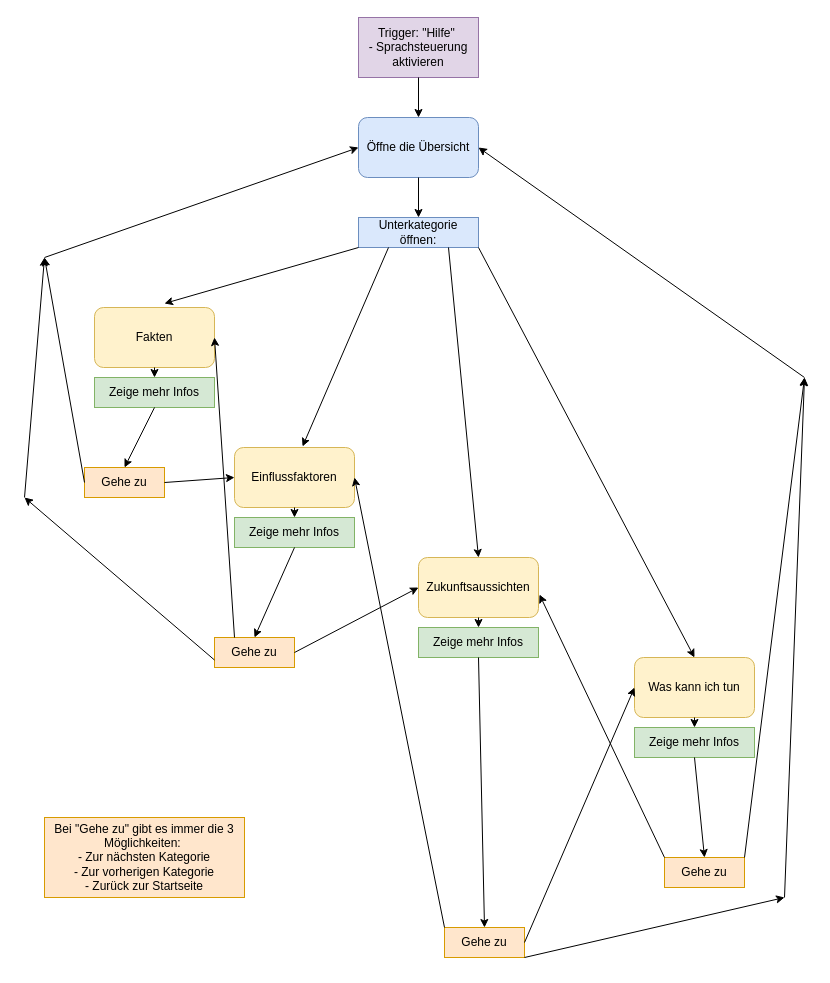
Janni344/Klimawandel_Projekt keeps this draw.io diagram as Interface/Klimawandel.drawio. Above is the earlier version. Source tidied: cells renumbered, new cells numbered last; positions are measured from the earlier drawing's top-left corner, leaving out a move shared by most shapes. Both pictures are drawn from the tidied source at 100%, with x=0, y=0 at pixel (24, 17).
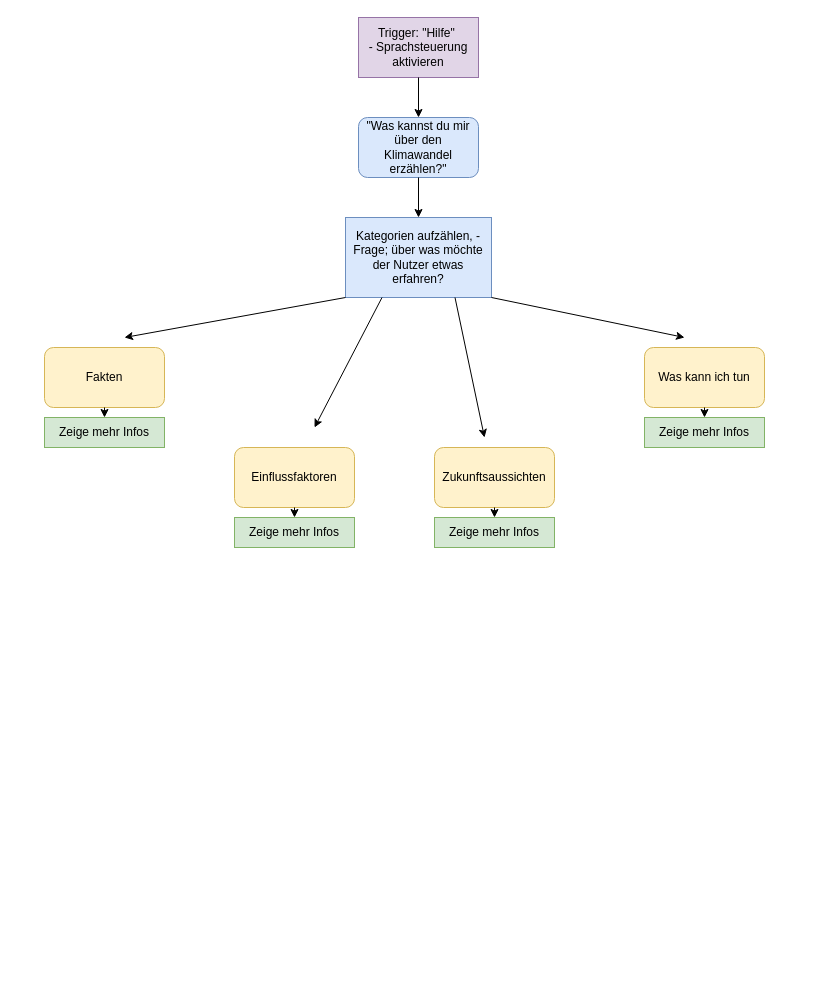
The same diagram, later.

The change refers to these unchanged cells:
```xml
<mxCell id="12" value="Einflussfaktoren" style="rounded=1;whiteSpace=wrap;html=1;fillColor=#fff2cc;strokeColor=#d6b656;" parent="1" vertex="1">
  <mxGeometry x="210" y="430" width="120" height="60" as="geometry" />
</mxCell>
<mxCell id="16" value="Zeige mehr Infos" style="rounded=0;whiteSpace=wrap;html=1;fillColor=#d5e8d4;strokeColor=#82b366;" parent="1" vertex="1">
  <mxGeometry x="210" y="500" width="120" height="30" as="geometry" />
</mxCell>
```

The edit, as a diff of the source:
```diff
@@
-    <mxCell id="4" value="Öffne die Übersicht" style="rounded=1;whiteSpace=wrap;html=1;fillColor=#dae8fc;strokeColor=#6c8ebf;" parent="1" vertex="1">
+    <mxCell id="4" value="&quot;Was kannst du mir über den Klimawandel erzählen?&quot;" style="rounded=1;whiteSpace=wrap;html=1;fillColor=#dae8fc;strokeColor=#6c8ebf;" parent="1" vertex="1">
       <mxGeometry x="334" y="100" width="120" height="60" as="geometry" />
     </mxCell>
@@
-    <mxCell id="6" value="Unterkategorie öffnen:" style="rounded=0;whiteSpace=wrap;html=1;fillColor=#dae8fc;strokeColor=#6c8ebf;" parent="1" vertex="1">
-      <mxGeometry x="334" y="200" width="120" height="30" as="geometry" />
+    <mxCell id="6" value="Kategorien aufzählen, - Frage; über was möchte der Nutzer etwas erfahren?" style="rounded=0;whiteSpace=wrap;html=1;fillColor=#dae8fc;strokeColor=#6c8ebf;" parent="1" vertex="1">
+      <mxGeometry x="321" y="200" width="146" height="80" as="geometry" />
     </mxCell>
-    <mxCell id="7" style="endArrow=classic;html=1;rounded=0;exitX=0;exitY=1;exitDx=0;exitDy=0;entryX=0.583;entryY=-0.067;entryDx=0;entryDy=0;entryPerimeter=0;" parent="1" edge="1" source="6" target="11">
-      <mxGeometry relative="1" as="geometry" />
+    <mxCell id="7" style="endArrow=classic;html=1;rounded=0;exitX=0;exitY=1;exitDx=0;exitDy=0;" parent="1" edge="1" source="6">
+      <mxGeometry relative="1" as="geometry">
+        <mxPoint x="100" y="320" as="targetPoint" />
+      </mxGeometry>
     </mxCell>
-    <mxCell id="8" style="endArrow=classic;html=1;rounded=0;exitX=1;exitY=1;exitDx=0;exitDy=0;entryX=0.5;entryY=0;entryDx=0;entryDy=0;" parent="1" edge="1" source="6" target="14">
-      <mxGeometry relative="1" as="geometry" />
+    <mxCell id="8" style="endArrow=classic;html=1;rounded=0;exitX=1;exitY=1;exitDx=0;exitDy=0;" parent="1" edge="1" source="6">
+      <mxGeometry relative="1" as="geometry">
+        <mxPoint x="660" y="320" as="targetPoint" />
+      </mxGeometry>
     </mxCell>
-    <mxCell id="9" style="endArrow=classic;html=1;rounded=0;exitX=0.25;exitY=1;exitDx=0;exitDy=0;entryX=0.567;entryY=-0.017;entryDx=0;entryDy=0;entryPerimeter=0;" parent="1" edge="1" source="6" target="12">
-      <mxGeometry relative="1" as="geometry" />
+    <mxCell id="9" style="endArrow=classic;html=1;rounded=0;exitX=0.25;exitY=1;exitDx=0;exitDy=0;" parent="1" edge="1" source="6">
+      <mxGeometry relative="1" as="geometry">
+        <mxPoint x="290" y="410" as="targetPoint" />
+      </mxGeometry>
     </mxCell>
-    <mxCell id="10" style="endArrow=classic;html=1;rounded=0;exitX=0.75;exitY=1;exitDx=0;exitDy=0;entryX=0.5;entryY=0;entryDx=0;entryDy=0;" parent="1" edge="1" source="6" target="13">
-      <mxGeometry relative="1" as="geometry" />
+    <mxCell id="10" style="endArrow=classic;html=1;rounded=0;exitX=0.75;exitY=1;exitDx=0;exitDy=0;" parent="1" edge="1" source="6">
+      <mxGeometry relative="1" as="geometry">
+        <mxPoint x="460" y="420" as="targetPoint" />
+      </mxGeometry>
     </mxCell>
     <mxCell id="11" value="Fakten" style="rounded=1;whiteSpace=wrap;html=1;fillColor=#fff2cc;strokeColor=#d6b656;" parent="1" vertex="1">
-      <mxGeometry x="70" y="290" width="120" height="60" as="geometry" />
+      <mxGeometry x="20" y="330" width="120" height="60" as="geometry" />
     </mxCell>
@@
     <mxCell id="13" value="Zukunftsaussichten" style="rounded=1;whiteSpace=wrap;html=1;fillColor=#fff2cc;strokeColor=#d6b656;" parent="1" vertex="1">
-      <mxGeometry x="394" y="540" width="120" height="60" as="geometry" />
+      <mxGeometry x="410" y="430" width="120" height="60" as="geometry" />
     </mxCell>
     <mxCell id="14" value="Was kann ich tun" style="rounded=1;whiteSpace=wrap;html=1;fillColor=#fff2cc;strokeColor=#d6b656;" parent="1" vertex="1">
-      <mxGeometry x="610" y="640" width="120" height="60" as="geometry" />
+      <mxGeometry x="620" y="330" width="120" height="60" as="geometry" />
     </mxCell>
     <mxCell id="15" value="Zeige mehr Infos" style="rounded=0;whiteSpace=wrap;html=1;fillColor=#d5e8d4;strokeColor=#82b366;" parent="1" vertex="1">
-      <mxGeometry x="70" y="360" width="120" height="30" as="geometry" />
+      <mxGeometry x="20" y="400" width="120" height="30" as="geometry" />
     </mxCell>
@@
     <mxCell id="17" value="Zeige mehr Infos" style="rounded=0;whiteSpace=wrap;html=1;fillColor=#d5e8d4;strokeColor=#82b366;" parent="1" vertex="1">
-      <mxGeometry x="394" y="610" width="120" height="30" as="geometry" />
+      <mxGeometry x="410" y="500" width="120" height="30" as="geometry" />
     </mxCell>
     <mxCell id="18" value="Zeige mehr Infos" style="rounded=0;whiteSpace=wrap;html=1;fillColor=#d5e8d4;strokeColor=#82b366;" parent="1" vertex="1">
-      <mxGeometry x="610" y="710" width="120" height="30" as="geometry" />
+      <mxGeometry x="620" y="400" width="120" height="30" as="geometry" />
     </mxCell>
-    <mxCell id="19" value="Gehe zu" style="rounded=0;whiteSpace=wrap;html=1;fillColor=#ffe6cc;strokeColor=#d79b00;" parent="1" vertex="1">
-      <mxGeometry x="60" y="450" width="80" height="30" as="geometry" />
-    </mxCell>
-    <mxCell id="20" value="Gehe zu" style="rounded=0;whiteSpace=wrap;html=1;fillColor=#ffe6cc;strokeColor=#d79b00;" parent="1" vertex="1">
-      <mxGeometry x="190" y="620" width="80" height="30" as="geometry" />
-    </mxCell>
-    <mxCell id="21" value="Gehe zu" style="rounded=0;whiteSpace=wrap;html=1;fillColor=#ffe6cc;strokeColor=#d79b00;" parent="1" vertex="1">
-      <mxGeometry x="420" y="910" width="80" height="30" as="geometry" />
-    </mxCell>
-    <mxCell id="22" value="Gehe zu" style="rounded=0;whiteSpace=wrap;html=1;fillColor=#ffe6cc;strokeColor=#d79b00;" parent="1" vertex="1">
-      <mxGeometry x="640" y="840" width="80" height="30" as="geometry" />
-    </mxCell>
@@
-    <mxCell id="27" style="endArrow=classic;html=1;rounded=0;exitX=0.5;exitY=1;exitDx=0;exitDy=0;entryX=0.5;entryY=0;entryDx=0;entryDy=0;" parent="1" edge="1" source="15" target="19">
-      <mxGeometry relative="1" as="geometry" />
-    </mxCell>
-    <mxCell id="28" style="endArrow=classic;html=1;rounded=0;exitX=1;exitY=0.5;exitDx=0;exitDy=0;entryX=0;entryY=0.5;entryDx=0;entryDy=0;" parent="1" edge="1" source="19" target="12">
-      <mxGeometry relative="1" as="geometry" />
-    </mxCell>
-    <mxCell id="29" style="endArrow=classic;html=1;rounded=0;exitX=0.5;exitY=1;exitDx=0;exitDy=0;entryX=0.5;entryY=0;entryDx=0;entryDy=0;" parent="1" edge="1" source="16" target="20">
-      <mxGeometry relative="1" as="geometry" />
-    </mxCell>
-    <mxCell id="30" style="endArrow=classic;html=1;rounded=0;exitX=1;exitY=0.5;exitDx=0;exitDy=0;entryX=0;entryY=0.5;entryDx=0;entryDy=0;" parent="1" edge="1" source="20" target="13">
-      <mxGeometry relative="1" as="geometry" />
-    </mxCell>
-    <mxCell id="31" style="endArrow=classic;html=1;rounded=0;exitX=0.5;exitY=1;exitDx=0;exitDy=0;entryX=0.5;entryY=0;entryDx=0;entryDy=0;" parent="1" edge="1" source="17" target="21">
-      <mxGeometry relative="1" as="geometry" />
-    </mxCell>
-    <mxCell id="32" style="endArrow=classic;html=1;rounded=0;exitX=1;exitY=0.5;exitDx=0;exitDy=0;entryX=0;entryY=0.5;entryDx=0;entryDy=0;" parent="1" edge="1" source="21" target="14">
-      <mxGeometry relative="1" as="geometry" />
-    </mxCell>
-    <mxCell id="33" style="endArrow=classic;html=1;rounded=0;exitX=0.5;exitY=1;exitDx=0;exitDy=0;entryX=0.5;entryY=0;entryDx=0;entryDy=0;" parent="1" edge="1" source="18" target="22">
-      <mxGeometry relative="1" as="geometry" />
-    </mxCell>
-    <mxCell id="34" style="endArrow=classic;html=1;rounded=0;" parent="1" edge="1">
-      <mxGeometry relative="1" as="geometry">
-        <mxPoint x="720" y="840" as="sourcePoint" />
-        <mxPoint x="780" y="360" as="targetPoint" />
-      </mxGeometry>
-    </mxCell>
-    <mxCell id="35" style="endArrow=classic;html=1;rounded=0;entryX=1;entryY=0.5;entryDx=0;entryDy=0;" parent="1" edge="1" target="4">
-      <mxGeometry relative="1" as="geometry">
-        <mxPoint x="780" y="360" as="sourcePoint" />
-      </mxGeometry>
-    </mxCell>
-    <mxCell id="36" style="endArrow=classic;html=1;rounded=0;exitX=0;exitY=0.5;exitDx=0;exitDy=0;" parent="1" edge="1" source="19">
-      <mxGeometry relative="1" as="geometry">
-        <mxPoint x="20" y="240" as="targetPoint" />
-      </mxGeometry>
-    </mxCell>
-    <mxCell id="37" style="endArrow=classic;html=1;rounded=0;entryX=0;entryY=0.5;entryDx=0;entryDy=0;" parent="1" edge="1" target="4">
-      <mxGeometry relative="1" as="geometry">
-        <mxPoint x="20" y="240" as="sourcePoint" />
-      </mxGeometry>
-    </mxCell>
-    <mxCell id="38" style="endArrow=classic;html=1;rounded=0;exitX=0;exitY=0.75;exitDx=0;exitDy=0;" parent="1" edge="1" source="20">
-      <mxGeometry relative="1" as="geometry">
-        <mxPoint y="480" as="targetPoint" />
-      </mxGeometry>
-    </mxCell>
-    <mxCell id="39" style="endArrow=classic;html=1;rounded=0;" parent="1" edge="1">
-      <mxGeometry relative="1" as="geometry">
-        <mxPoint y="480" as="sourcePoint" />
-        <mxPoint x="20" y="240" as="targetPoint" />
-      </mxGeometry>
-    </mxCell>
-    <mxCell id="40" style="endArrow=classic;html=1;rounded=0;exitX=1;exitY=1;exitDx=0;exitDy=0;" parent="1" edge="1" source="21">
-      <mxGeometry relative="1" as="geometry">
-        <mxPoint x="760" y="880" as="targetPoint" />
-      </mxGeometry>
-    </mxCell>
-    <mxCell id="41" style="endArrow=classic;html=1;rounded=0;" parent="1" edge="1">
-      <mxGeometry relative="1" as="geometry">
-        <mxPoint x="760" y="880" as="sourcePoint" />
-        <mxPoint x="780" y="360" as="targetPoint" />
-      </mxGeometry>
-    </mxCell>
-    <mxCell id="42" style="endArrow=classic;html=1;rounded=0;exitX=0;exitY=0;exitDx=0;exitDy=0;entryX=1;entryY=0.5;entryDx=0;entryDy=0;" parent="1" edge="1" source="21" target="12">
-      <mxGeometry relative="1" as="geometry" />
-    </mxCell>
-    <mxCell id="43" style="endArrow=classic;html=1;rounded=0;exitX=0;exitY=0;exitDx=0;exitDy=0;entryX=1.008;entryY=0.617;entryDx=0;entryDy=0;entryPerimeter=0;" parent="1" edge="1" source="22" target="13">
-      <mxGeometry relative="1" as="geometry" />
-    </mxCell>
-    <mxCell id="44" style="endArrow=classic;html=1;rounded=0;entryX=1;entryY=0.5;entryDx=0;entryDy=0;exitX=0.25;exitY=0;exitDx=0;exitDy=0;" parent="1" edge="1" source="20" target="11">
-      <mxGeometry relative="1" as="geometry" />
-    </mxCell>
-    <mxCell id="45" value="Bei &quot;Gehe zu&quot; gibt es immer die 3 Möglichkeiten:&amp;nbsp;&lt;br&gt;- Zur nächsten Kategorie&lt;br&gt;- Zur vorherigen Kategorie&lt;br&gt;- Zurück zur Startseite" style="rounded=0;whiteSpace=wrap;html=1;fillColor=#ffe6cc;strokeColor=#d79b00;" parent="1" vertex="1">
-      <mxGeometry x="20" y="800" width="200" height="80" as="geometry" />
-    </mxCell>
```
